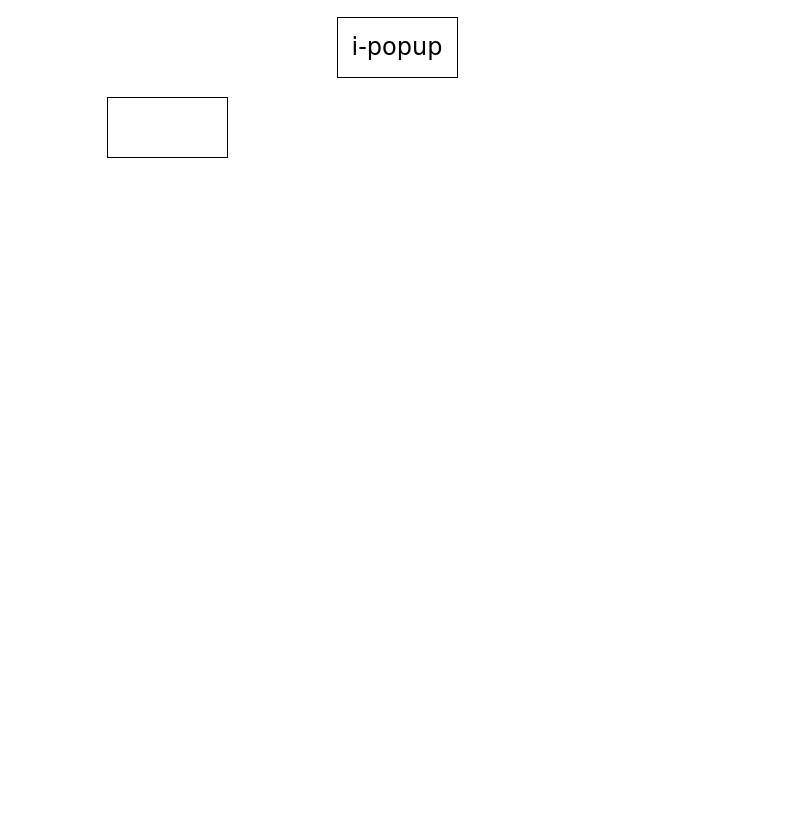
This is popup.drawio from SCWR/draw-io, a draw.io file, before an edit. Source tidied: cells renumbered, new cells numbered last; positions are measured from the earlier drawing's top-left corner, leaving out a move shared by most shapes. Both pictures are drawn from the tidied source at 100%, with x=0, y=0 at pixel (107, 17).
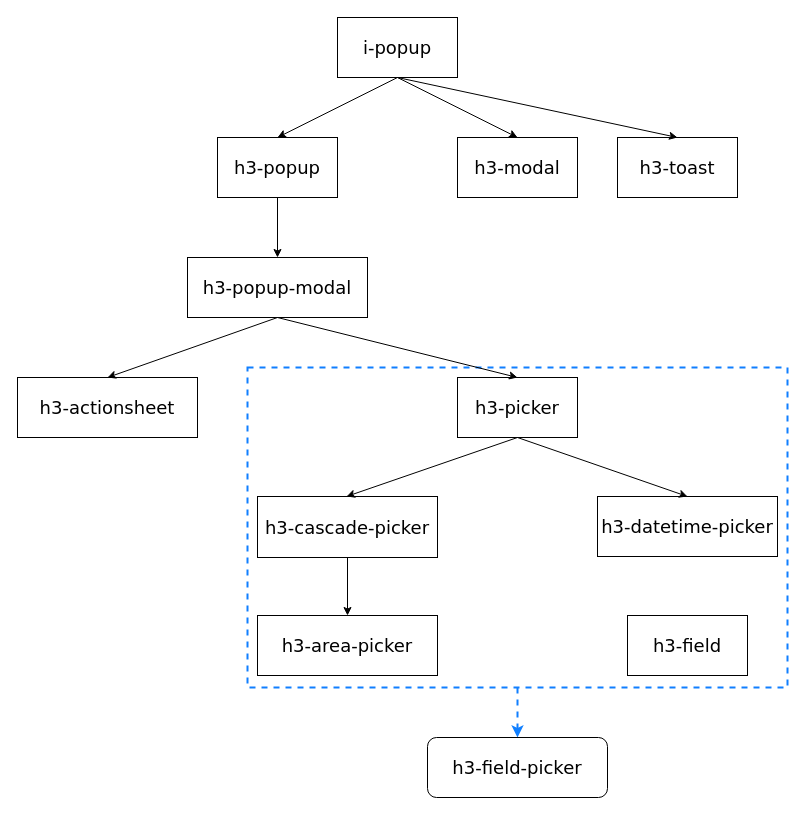
Above is the later version.

The edit, as a diff of the source:
```diff
@@
+    <mxCell id="4" style="rounded=0;whiteSpace=wrap;html=1;glass=0;dashed=1;fillColor=none;strokeColor=#107fff;strokeWidth=2;" parent="1" vertex="1">
+      <mxGeometry x="140" y="350" width="540" height="320" as="geometry" />
+    </mxCell>
-    <mxCell id="2" value="&lt;font style=&quot;font-size: 24px&quot; face=&quot;Verdana&quot;&gt;i-popup&lt;/font&gt;" style="rounded=0;whiteSpace=wrap;html=1;" parent="1" vertex="1">
+    <mxCell id="2" value="&lt;font style=&quot;font-size: 18px&quot; face=&quot;Verdana&quot;&gt;i-popup&lt;/font&gt;" style="rounded=0;whiteSpace=wrap;html=1;" parent="1" vertex="1">
       <mxGeometry x="230" width="120" height="60" as="geometry" />
     </mxCell>
-    <mxCell id="3" style="rounded=0;whiteSpace=wrap;html=1;" parent="1" vertex="1">
-      <mxGeometry y="80" width="120" height="60" as="geometry" />
-    </mxCell>
+    <mxCell id="5" value="&lt;span style=&quot;font-family: &amp;#34;verdana&amp;#34; ; font-size: 18px&quot;&gt;h3-toast&lt;/span&gt;" style="rounded=0;whiteSpace=wrap;html=1;" parent="1" vertex="1">
+      <mxGeometry x="510" y="120" width="120" height="60" as="geometry" />
+    </mxCell>
+    <mxCell id="6" value="&lt;font style=&quot;font-size: 18px&quot; face=&quot;Verdana&quot;&gt;h3-modal&lt;/font&gt;" style="rounded=0;whiteSpace=wrap;html=1;" parent="1" vertex="1">
+      <mxGeometry x="350" y="120" width="120" height="60" as="geometry" />
+    </mxCell>
+    <mxCell id="7" value="&lt;font style=&quot;font-size: 18px&quot; face=&quot;Verdana&quot;&gt;h3-popup&lt;/font&gt;" style="rounded=0;whiteSpace=wrap;html=1;" parent="1" vertex="1">
+      <mxGeometry x="110" y="120" width="120" height="60" as="geometry" />
+    </mxCell>
+    <mxCell id="8" style="endArrow=classic;html=1;exitX=0.5;exitY=1;exitDx=0;exitDy=0;entryX=0.5;entryY=0;entryDx=0;entryDy=0;" parent="1" edge="1" source="2" target="7">
+      <mxGeometry relative="1" as="geometry" />
+    </mxCell>
+    <mxCell id="9" style="endArrow=classic;html=1;entryX=0.5;entryY=0;entryDx=0;entryDy=0;exitX=0.5;exitY=1;exitDx=0;exitDy=0;" parent="1" edge="1" source="2" target="6">
+      <mxGeometry relative="1" as="geometry" />
+    </mxCell>
+    <mxCell id="10" style="endArrow=classic;html=1;entryX=0.5;entryY=0;entryDx=0;entryDy=0;exitX=0.5;exitY=1;exitDx=0;exitDy=0;" parent="1" edge="1" source="2" target="5">
+      <mxGeometry relative="1" as="geometry" />
+    </mxCell>
+    <mxCell id="11" value="&lt;span style=&quot;font-family: &amp;#34;verdana&amp;#34; ; font-size: 18px&quot;&gt;h3-picker&lt;/span&gt;" style="rounded=0;whiteSpace=wrap;html=1;" parent="1" vertex="1">
+      <mxGeometry x="350" y="360" width="120" height="60" as="geometry" />
+    </mxCell>
+    <mxCell id="12" value="&lt;font face=&quot;Verdana&quot;&gt;&lt;span style=&quot;font-size: 18px&quot;&gt;h3-actionsheet&lt;/span&gt;&lt;/font&gt;" style="rounded=0;whiteSpace=wrap;html=1;" parent="1" vertex="1">
+      <mxGeometry x="-90" y="360" width="180" height="60" as="geometry" />
+    </mxCell>
+    <mxCell id="13" style="endArrow=classic;html=1;exitX=0.5;exitY=1;exitDx=0;exitDy=0;entryX=0.5;entryY=0;entryDx=0;entryDy=0;" parent="1" edge="1" source="16" target="12">
+      <mxGeometry relative="1" as="geometry" />
+    </mxCell>
+    <mxCell id="14" style="endArrow=classic;html=1;entryX=0.5;entryY=0;entryDx=0;entryDy=0;exitX=0.5;exitY=1;exitDx=0;exitDy=0;" parent="1" edge="1" source="7" target="16">
+      <mxGeometry relative="1" as="geometry" />
+    </mxCell>
+    <mxCell id="15" style="endArrow=classic;html=1;entryX=0.5;entryY=0;entryDx=0;entryDy=0;exitX=0.5;exitY=1;exitDx=0;exitDy=0;" parent="1" edge="1" source="16" target="11">
+      <mxGeometry relative="1" as="geometry" />
+    </mxCell>
+    <mxCell id="16" value="&lt;font style=&quot;font-size: 18px&quot; face=&quot;Verdana&quot;&gt;h3-popup-modal&lt;/font&gt;" style="rounded=0;whiteSpace=wrap;html=1;" parent="1" vertex="1">
+      <mxGeometry x="80" y="240" width="180" height="60" as="geometry" />
+    </mxCell>
+    <mxCell id="17" style="edgeStyle=orthogonalEdgeStyle;rounded=0;jettySize=auto;html=1;exitX=0.5;exitY=1;exitDx=0;exitDy=0;entryX=0.5;entryY=0;entryDx=0;entryDy=0;" parent="1" edge="1" source="18" target="22">
+      <mxGeometry relative="1" as="geometry" />
+    </mxCell>
+    <mxCell id="18" value="&lt;font face=&quot;Verdana&quot;&gt;&lt;span style=&quot;font-size: 18px&quot;&gt;h3-cascade-picker&lt;/span&gt;&lt;/font&gt;" style="rounded=0;whiteSpace=wrap;html=1;" parent="1" vertex="1">
+      <mxGeometry x="150" y="479" width="180" height="61" as="geometry" />
+    </mxCell>
+    <mxCell id="19" style="endArrow=classic;html=1;entryX=0.5;entryY=0;entryDx=0;entryDy=0;exitX=0.5;exitY=1;exitDx=0;exitDy=0;" parent="1" edge="1" source="11">
+      <mxGeometry relative="1" as="geometry">
+        <mxPoint x="239" y="479" as="targetPoint" />
+      </mxGeometry>
+    </mxCell>
+    <mxCell id="20" value="&lt;font face=&quot;Verdana&quot;&gt;&lt;span style=&quot;font-size: 18px&quot;&gt;h3-datetime-picker&lt;/span&gt;&lt;/font&gt;" style="rounded=0;whiteSpace=wrap;html=1;" parent="1" vertex="1">
+      <mxGeometry x="490" y="479" width="180" height="60" as="geometry" />
+    </mxCell>
+    <mxCell id="21" style="endArrow=classic;html=1;exitX=0.5;exitY=1;exitDx=0;exitDy=0;entryX=0.5;entryY=0;entryDx=0;entryDy=0;" parent="1" edge="1" source="11" target="20">
+      <mxGeometry relative="1" as="geometry" />
+    </mxCell>
+    <mxCell id="22" value="&lt;font face=&quot;Verdana&quot;&gt;&lt;span style=&quot;font-size: 18px&quot;&gt;h3-area-picker&lt;/span&gt;&lt;/font&gt;" style="rounded=0;whiteSpace=wrap;html=1;" parent="1" vertex="1">
+      <mxGeometry x="150" y="598" width="180" height="60" as="geometry" />
+    </mxCell>
+    <mxCell id="23" value="&lt;font style=&quot;font-size: 18px&quot; face=&quot;Verdana&quot;&gt;h3-field&lt;/font&gt;" style="rounded=0;whiteSpace=wrap;html=1;" parent="1" vertex="1">
+      <mxGeometry x="520" y="598" width="120" height="60" as="geometry" />
+    </mxCell>
+    <mxCell id="24" style="endArrow=classic;html=1;strokeColor=#107FFF;strokeWidth=2;exitX=0.5;exitY=1;exitDx=0;exitDy=0;dashed=1;" parent="1" edge="1" source="4">
+      <mxGeometry relative="1" as="geometry">
+        <mxPoint x="410" y="720" as="targetPoint" />
+      </mxGeometry>
+    </mxCell>
+    <mxCell id="25" value="&lt;font style=&quot;font-size: 18px&quot; face=&quot;Verdana&quot;&gt;h3-field-picker&lt;/font&gt;" style="rounded=1;whiteSpace=wrap;html=1;" parent="1" vertex="1">
+      <mxGeometry x="320" y="720" width="180" height="60" as="geometry" />
+    </mxCell>
```
